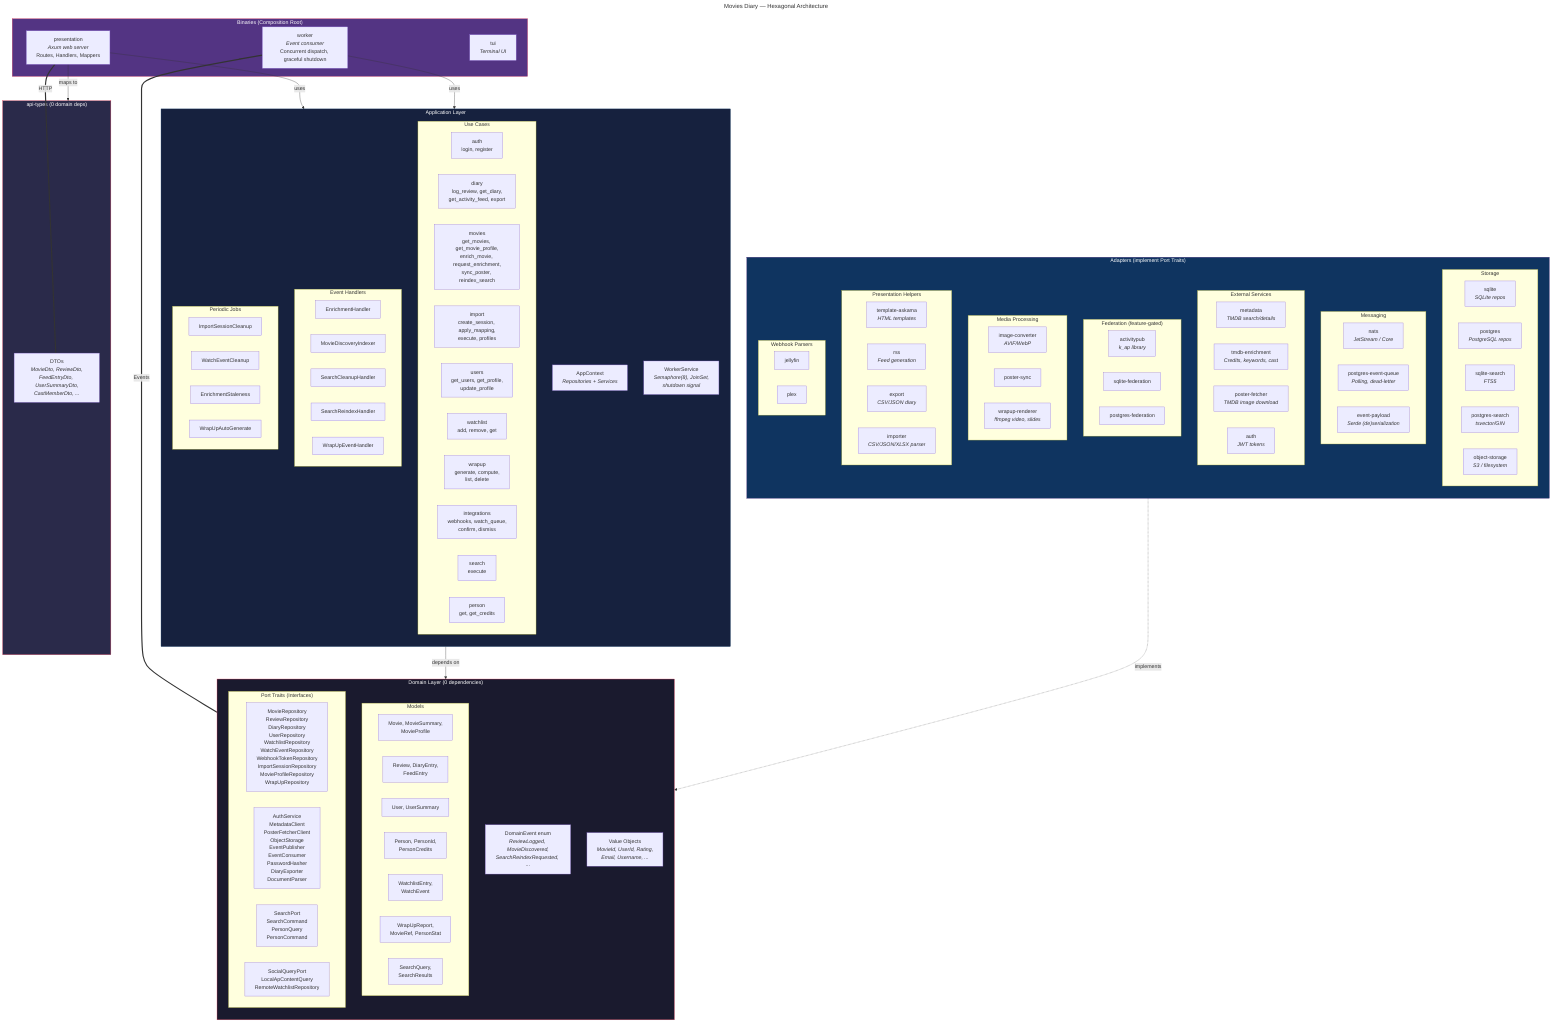
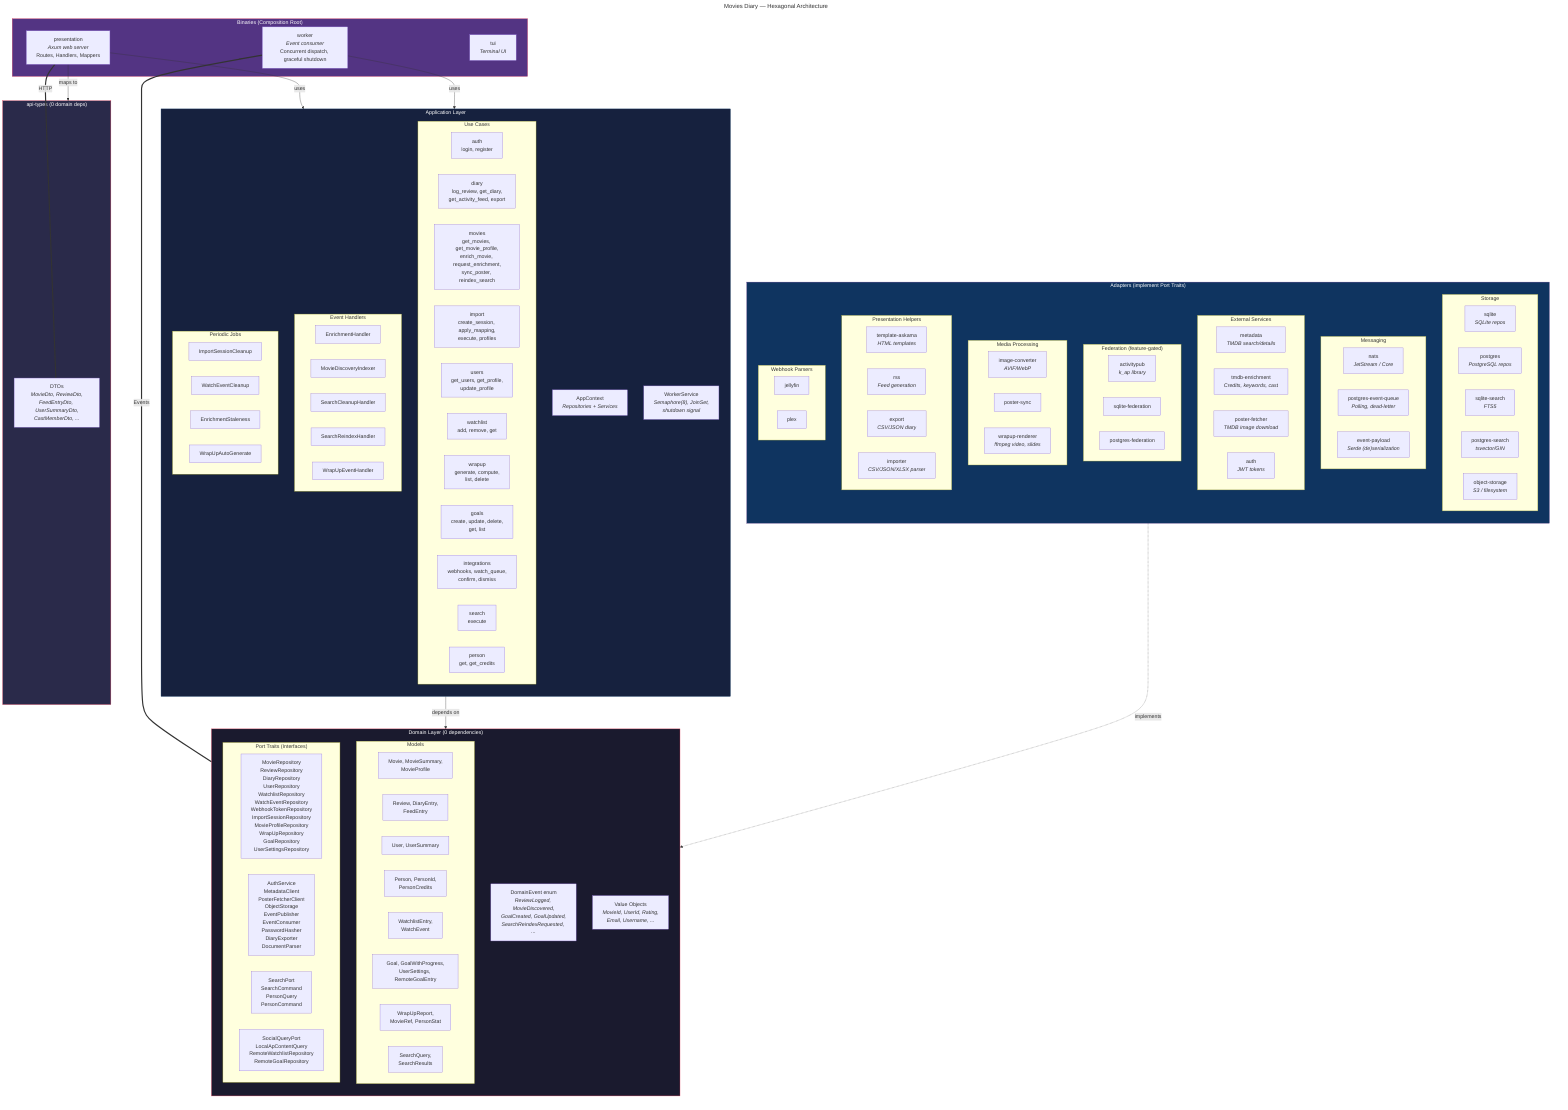
---
title: Movies Diary — Hexagonal Architecture
---
graph TB
    subgraph Binaries["Binaries (Composition Root)"]
        WEB["presentation<br/><i>Axum web server</i><br/>Routes, Handlers, Mappers"]
        WORKER["worker<br/><i>Event consumer</i><br/>Concurrent dispatch, graceful shutdown"]
        TUI["tui<br/><i>Terminal UI</i>"]
    end

    subgraph Application["Application Layer"]
        direction TB
        CTX["AppContext<br/><i>Repositories + Services</i>"]
        subgraph UseCases["Use Cases"]
            UC_AUTH["auth<br/>login, register"]
            UC_DIARY["diary<br/>log_review, get_diary,<br/>get_activity_feed, export"]
            UC_MOVIES["movies<br/>get_movies, get_movie_profile,<br/>enrich_movie, request_enrichment,<br/>sync_poster, reindex_search"]
            UC_IMPORT["import<br/>create_session, apply_mapping,<br/>execute, profiles"]
            UC_USERS["users<br/>get_users, get_profile,<br/>update_profile"]
            UC_WATCHLIST["watchlist<br/>add, remove, get"]
            UC_WRAPUP["wrapup<br/>generate, compute,<br/>list, delete"]
+             UC_GOALS["goals<br/>create, update, delete,<br/>get, list"]
            UC_INTEGRATIONS["integrations<br/>webhooks, watch_queue,<br/>confirm, dismiss"]
            UC_SEARCH["search<br/>execute"]
            UC_PERSON["person<br/>get, get_credits"]
        end
        subgraph EventHandlers["Event Handlers"]
            EH_ENRICH["EnrichmentHandler"]
            EH_DISCOVER["MovieDiscoveryIndexer"]
            EH_CLEANUP["SearchCleanupHandler"]
            EH_REINDEX["SearchReindexHandler"]
            EH_WRAPUP["WrapUpEventHandler"]
        end
        subgraph Jobs["Periodic Jobs"]
            JOB_IMPORT["ImportSessionCleanup"]
            JOB_WATCH["WatchEventCleanup"]
            JOB_STALE["EnrichmentStaleness"]
            JOB_WRAPGEN["WrapUpAutoGenerate"]
        end
        WORKER_SVC["WorkerService<br/><i>Semaphore(8), JoinSet,<br/>shutdown signal</i>"]
    end

    subgraph Domain["Domain Layer (0 dependencies)"]
        direction TB
        subgraph Models["Models"]
            M_MOVIE["Movie, MovieSummary,<br/>MovieProfile"]
            M_REVIEW["Review, DiaryEntry,<br/>FeedEntry"]
            M_USER["User, UserSummary"]
            M_PERSON["Person, PersonId,<br/>PersonCredits"]
            M_WATCHLIST["WatchlistEntry,<br/>WatchEvent"]
+             M_GOAL["Goal, GoalWithProgress,<br/>UserSettings, RemoteGoalEntry"]
            M_WRAPUP["WrapUpReport,<br/>MovieRef, PersonStat"]
            M_SEARCH["SearchQuery,<br/>SearchResults"]
        end
        subgraph Ports["Port Traits (Interfaces)"]
-             P_REPOS["MovieRepository<br/>ReviewRepository<br/>DiaryRepository<br/>UserRepository<br/>WatchlistRepository<br/>WatchEventRepository<br/>WebhookTokenRepository<br/>ImportSessionRepository<br/>MovieProfileRepository<br/>WrapUpRepository"]
+             P_REPOS["MovieRepository<br/>ReviewRepository<br/>DiaryRepository<br/>UserRepository<br/>WatchlistRepository<br/>WatchEventRepository<br/>WebhookTokenRepository<br/>ImportSessionRepository<br/>MovieProfileRepository<br/>WrapUpRepository<br/>GoalRepository<br/>UserSettingsRepository"]
            P_SERVICES["AuthService<br/>MetadataClient<br/>PosterFetcherClient<br/>ObjectStorage<br/>EventPublisher<br/>EventConsumer<br/>PasswordHasher<br/>DiaryExporter<br/>DocumentParser"]
            P_SEARCH["SearchPort<br/>SearchCommand<br/>PersonQuery<br/>PersonCommand"]
-             P_FEDERATION["SocialQueryPort<br/>LocalApContentQuery<br/>RemoteWatchlistRepository"]
+             P_FEDERATION["SocialQueryPort<br/>LocalApContentQuery<br/>RemoteWatchlistRepository<br/>RemoteGoalRepository"]
        end
-         EVENTS["DomainEvent enum<br/><i>ReviewLogged, MovieDiscovered,<br/>SearchReindexRequested, ...</i>"]
+         EVENTS["DomainEvent enum<br/><i>ReviewLogged, MovieDiscovered,<br/>GoalCreated, GoalUpdated,<br/>SearchReindexRequested, ...</i>"]
        VO["Value Objects<br/><i>MovieId, UserId, Rating,<br/>Email, Username, ...</i>"]
    end

    subgraph ApiTypes["api-types (0 domain deps)"]
        DTO["DTOs<br/><i>MovieDto, ReviewDto,<br/>FeedEntryDto, UserSummaryDto,<br/>CastMemberDto, ...</i>"]
    end

    subgraph Adapters["Adapters (implement Port Traits)"]
        direction TB
        subgraph Storage["Storage"]
            A_SQLITE["sqlite<br/><i>SQLite repos</i>"]
            A_PG["postgres<br/><i>PostgreSQL repos</i>"]
            A_SQLITE_SEARCH["sqlite-search<br/><i>FTS5</i>"]
            A_PG_SEARCH["postgres-search<br/><i>tsvector/GIN</i>"]
            A_OBJ["object-storage<br/><i>S3 / filesystem</i>"]
        end
        subgraph Messaging["Messaging"]
            A_NATS["nats<br/><i>JetStream / Core</i>"]
            A_PG_QUEUE["postgres-event-queue<br/><i>Polling, dead-letter</i>"]
            A_PAYLOAD["event-payload<br/><i>Serde (de)serialization</i>"]
        end
        subgraph External["External Services"]
            A_METADATA["metadata<br/><i>TMDB search/details</i>"]
            A_TMDB["tmdb-enrichment<br/><i>Credits, keywords, cast</i>"]
            A_POSTER["poster-fetcher<br/><i>TMDB image download</i>"]
            A_AUTH["auth<br/><i>JWT tokens</i>"]
        end
        subgraph Federation["Federation (feature-gated)"]
            A_AP["activitypub<br/><i>k_ap library</i>"]
            A_SQLITE_FED["sqlite-federation"]
            A_PG_FED["postgres-federation"]
        end
        subgraph Media["Media Processing"]
            A_IMG["image-converter<br/><i>AVIF/WebP</i>"]
            A_POSTER_SYNC["poster-sync"]
            A_WRAPUP_RENDER["wrapup-renderer<br/><i>ffmpeg video, slides</i>"]
        end
        subgraph Presentation["Presentation Helpers"]
            A_TEMPLATE["template-askama<br/><i>HTML templates</i>"]
            A_RSS["rss<br/><i>Feed generation</i>"]
            A_EXPORT["export<br/><i>CSV/JSON diary</i>"]
            A_IMPORT["importer<br/><i>CSV/JSON/XLSX parser</i>"]
        end
        subgraph Webhooks["Webhook Parsers"]
            A_JELLYFIN["jellyfin"]
            A_PLEX["plex"]
        end
    end

    %% Dependency arrows
    WEB -->|"uses"| Application
    WEB -->|"maps to"| ApiTypes
    WORKER -->|"uses"| Application

    Application -->|"depends on"| Domain

    Adapters -.->|"implements"| Ports

    %% Key data flows
    WEB ===|"HTTP"| DTO
    WORKER ===|"Events"| EVENTS

    classDef domain fill:#1a1a2e,stroke:#e94560,color:#fff
    classDef app fill:#16213e,stroke:#0f3460,color:#fff
    classDef adapter fill:#0f3460,stroke:#533483,color:#fff
    classDef binary fill:#533483,stroke:#e94560,color:#fff
    classDef api fill:#2a2a4a,stroke:#e94560,color:#fff

    class Domain domain
    class Application app
    class Adapters adapter
    class Binaries binary
    class ApiTypes api
